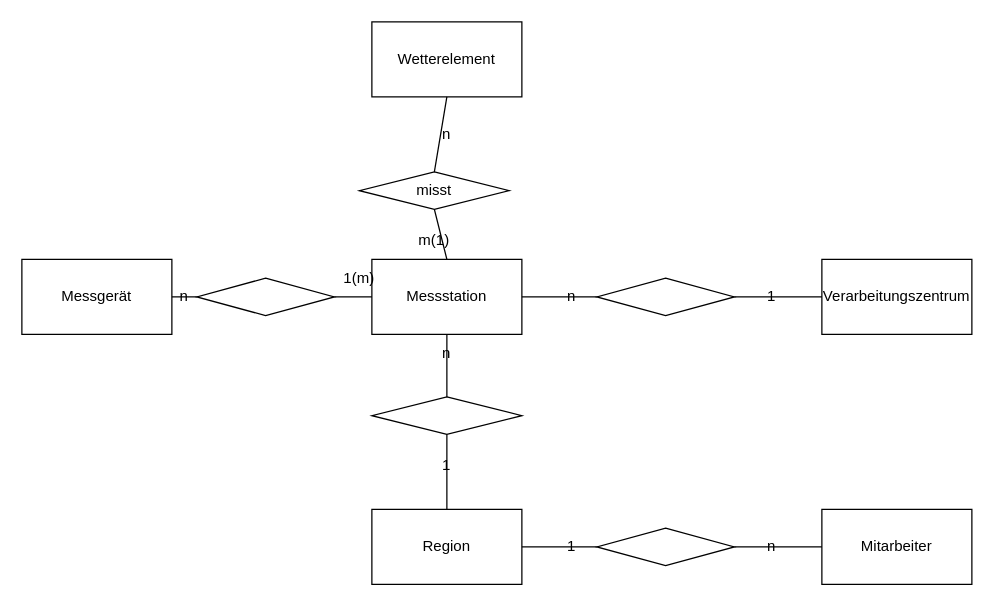
This is messe.drawio from gulerzenginkisaoglu-7838/drawio-diagramme, a draw.io file, before an edit. Source tidied: cells renumbered, new cells numbered last; positions are measured from the earlier drawing's top-left corner, leaving out a move shared by most shapes. Both pictures are drawn from the tidied source at 125%, with x=0, y=0 at pixel (21, 21).
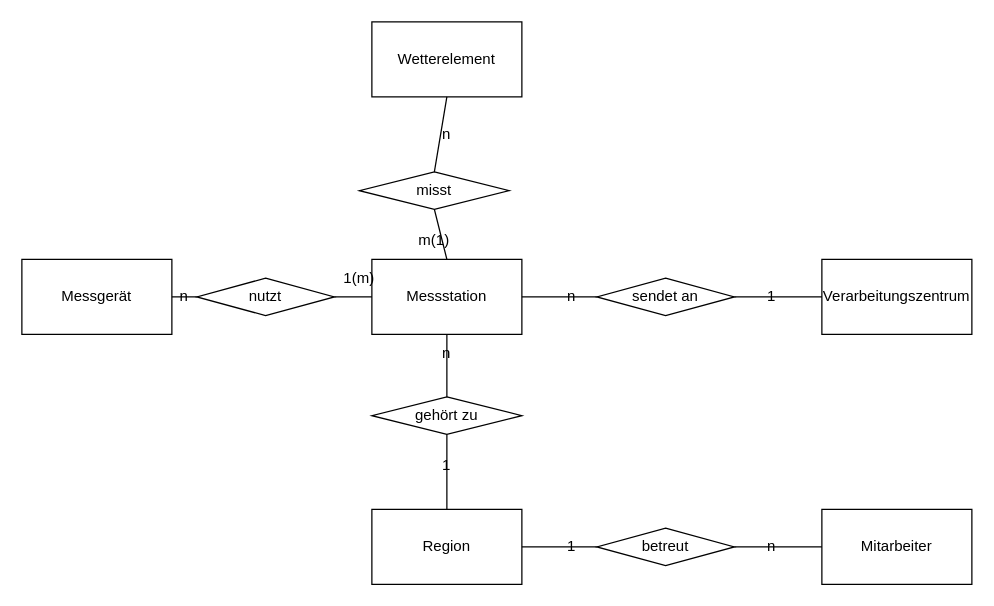
After the change.

The edit, as a diff of the source:
```diff
@@
-    <mxCell id="4" style="rhombus;whiteSpace=wrap;html=1;" parent="1" vertex="1">
+    <mxCell id="4" value="sendet an" style="rhombus;whiteSpace=wrap;html=1;" parent="1" vertex="1">
       <mxGeometry x="460" y="205" width="110" height="30" as="geometry" />
     </mxCell>
@@
-    <mxCell id="8" style="rhombus;whiteSpace=wrap;html=1;" parent="1" vertex="1">
+    <mxCell id="8" value="gehört zu" style="rhombus;whiteSpace=wrap;html=1;" parent="1" vertex="1">
       <mxGeometry x="280" y="300" width="120" height="30" as="geometry" />
     </mxCell>
@@
-    <mxCell id="15" style="rhombus;whiteSpace=wrap;html=1;" parent="1" vertex="1">
+    <mxCell id="15" value="betreut" style="rhombus;whiteSpace=wrap;html=1;" parent="1" vertex="1">
       <mxGeometry x="460" y="405" width="110" height="30" as="geometry" />
     </mxCell>
@@
-    <mxCell id="18" style="rhombus;whiteSpace=wrap;html=1;" parent="1" vertex="1">
+    <mxCell id="18" value="nutzt" style="rhombus;whiteSpace=wrap;html=1;" parent="1" vertex="1">
       <mxGeometry x="140" y="205" width="110" height="30" as="geometry" />
     </mxCell>
```
